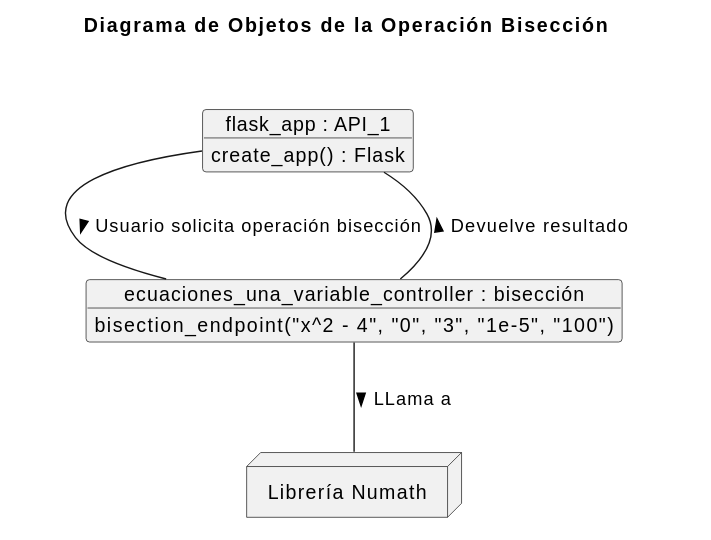
This is imágenes/modelosUML/diagramaObjetosBiseccion.svg from rodri5villa/numath-API, a PlantUML export, as it was before one commit.
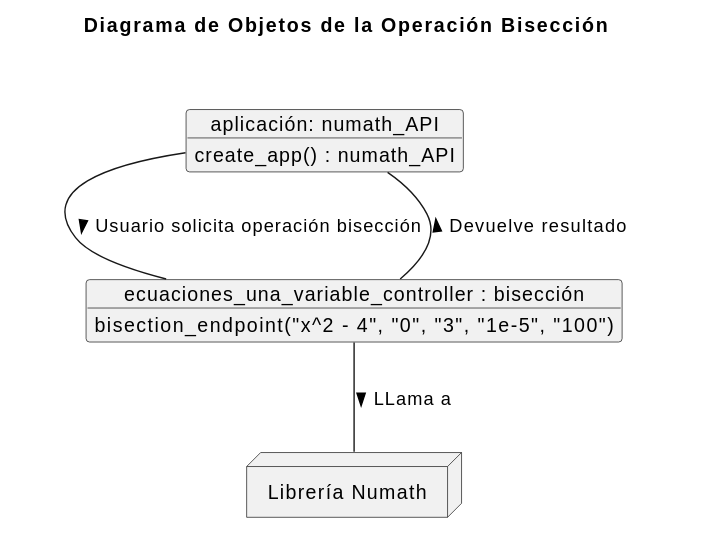
Above is the later version.

Diff of the diagram source:
```diff
@@ -5,8 +5,8 @@
 title Diagrama de Objetos de la Operación Bisección
 
 package " " {
-  object "flask_app : API_1" as flask_app {
-    create_app() : Flask
+  object "aplicación: numath_API" as flask_app {
+    create_app() : numath_API
   }
 
   object "ecuaciones_una_variable_controller : bisección" as operaciones {
```
